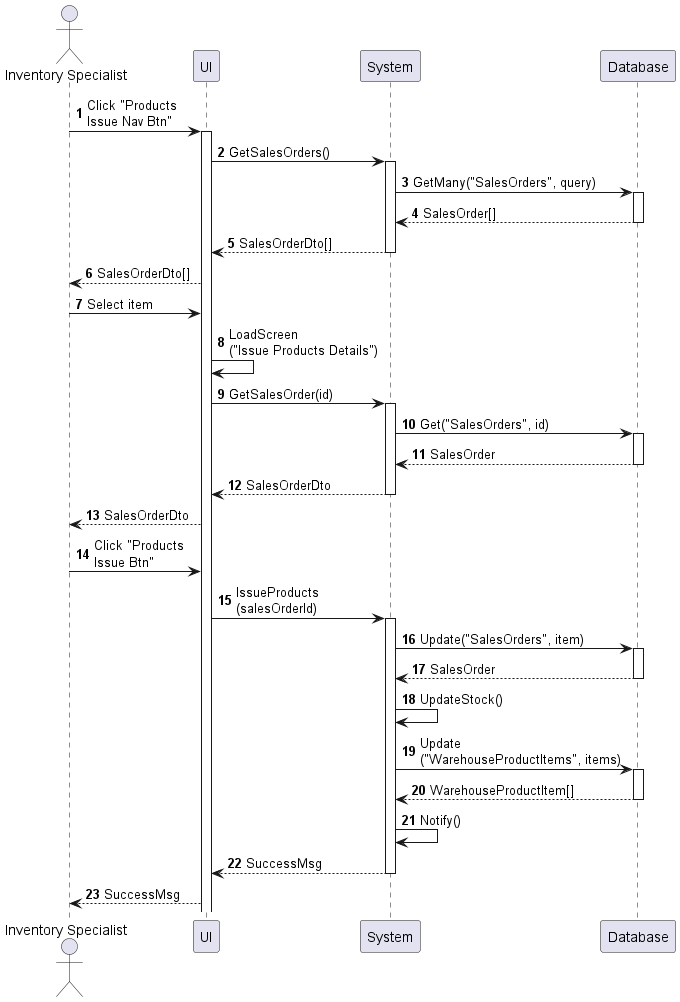
Above: sequences/inventory-product-issue.png in phihungha/scmss-reqs (PlantUML), before the change.
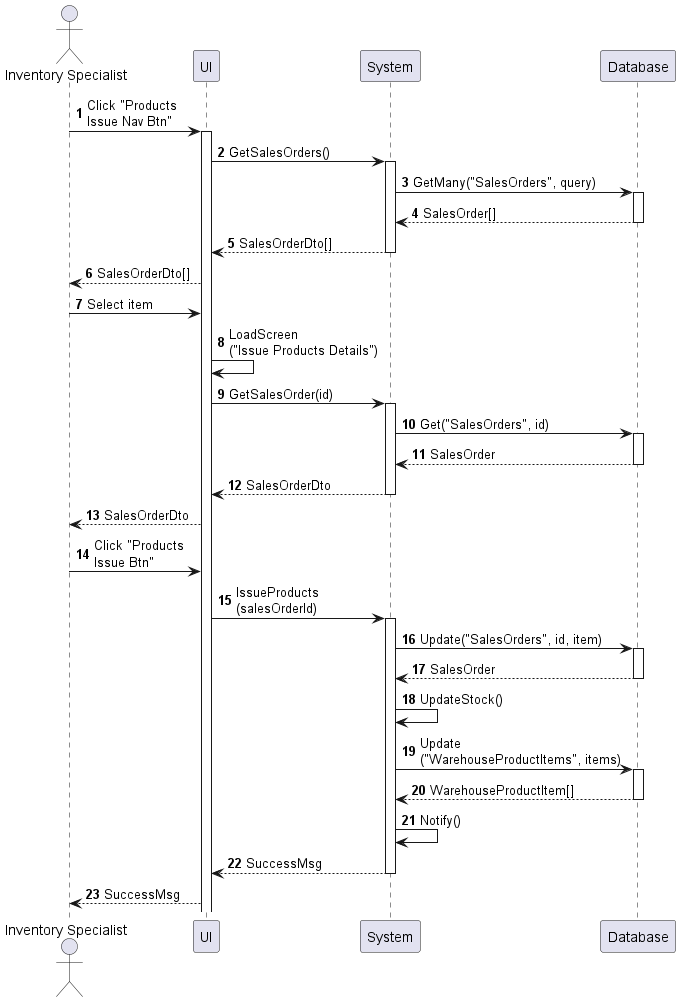
After the change.

Change to the diagram source:
```diff
@@ -27,7 +27,7 @@
 a -> f : Click "Products\nIssue Btn"
 f -> b : IssueProducts\n(salesOrderId)
 activate b
-b -> d : Update("SalesOrders", item)
+b -> d : Update("SalesOrders", id, item)
 activate d
 return SalesOrder
 b -> b : UpdateStock()
```
